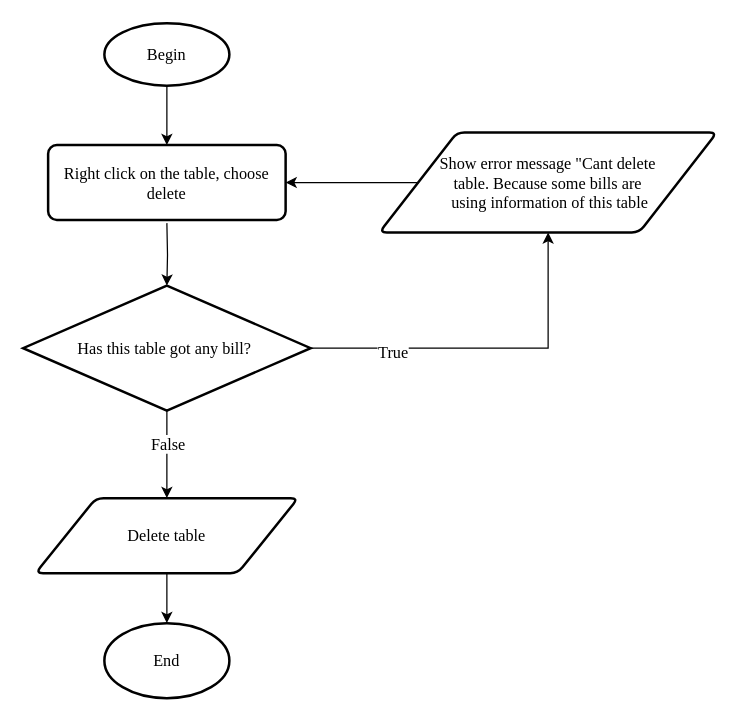
daomtthuan/do-an keeps this draw.io diagram as page "Delete Table" (1 of 5) of document/diagram/flowchart.drawio. Above is the earlier version. Source tidied: cells renumbered, new cells numbered last; positions are measured from the earlier drawing's top-left corner, leaving out a move shared by most shapes. Both pictures are drawn from the tidied source at 125%, with x=0, y=0 at pixel (22, 22).
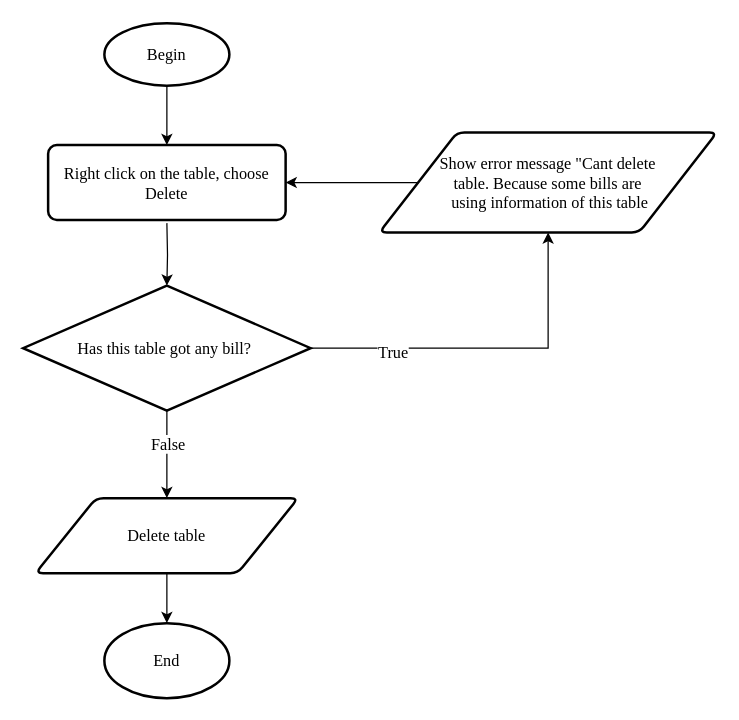
The same page after the edit.

The edit, as a diff of the source:
```diff
@@
 <mxGraphModel>
   <root>
     <mxCell id="0" />
     <mxCell id="1" parent="0" />
     <mxCell id="2" style="edgeStyle=orthogonalEdgeStyle;rounded=0;jettySize=auto;html=1;exitX=0.5;exitY=1;exitDx=0;exitDy=0;exitPerimeter=0;fontFamily=Times New Roman;fontSize=13;entryX=0.5;entryY=0;entryDx=0;entryDy=0;" parent="1" edge="1" source="3" target="15">
       <mxGeometry relative="1" as="geometry" />
     </mxCell>
     <mxCell id="3" value="&lt;font face=&quot;Times New Roman&quot; style=&quot;font-size: 13px&quot;&gt;Begin&lt;/font&gt;" style="strokeWidth=2;html=1;shape=mxgraph.flowchart.start_1;whiteSpace=wrap;" parent="1" vertex="1">
       <mxGeometry x="65" width="100" height="50" as="geometry" />
     </mxCell>
     <mxCell id="4" style="edgeStyle=orthogonalEdgeStyle;rounded=0;jettySize=auto;html=1;exitX=0.5;exitY=1;exitDx=0;exitDy=0;entryX=0.5;entryY=0;entryDx=0;entryDy=0;entryPerimeter=0;fontFamily=Times New Roman;fontSize=13;" parent="1" edge="1" target="9">
       <mxGeometry relative="1" as="geometry">
         <mxPoint x="115" y="160" as="sourcePoint" />
       </mxGeometry>
     </mxCell>
     <mxCell id="5" style="edgeStyle=orthogonalEdgeStyle;rounded=0;jettySize=auto;html=1;exitX=1;exitY=0.5;exitDx=0;exitDy=0;exitPerimeter=0;entryX=0.5;entryY=1;entryDx=0;entryDy=0;fontFamily=Times New Roman;fontSize=13;" parent="1" edge="1" source="9" target="14">
       <mxGeometry relative="1" as="geometry" />
     </mxCell>
     <mxCell id="6" value="True" style="text;html=1;align=center;verticalAlign=middle;labelBackgroundColor=#ffffff;fontSize=13;fontFamily=Times New Roman;" parent="5" vertex="1">
       <mxGeometry x="-0.54" y="-2" relative="1" as="geometry" />
     </mxCell>
     <mxCell id="7" style="edgeStyle=orthogonalEdgeStyle;rounded=0;jettySize=auto;html=1;exitX=0.5;exitY=1;exitDx=0;exitDy=0;exitPerimeter=0;entryX=0.5;entryY=0;entryDx=0;entryDy=0;fontFamily=Times New Roman;fontSize=13;" parent="1" edge="1" source="9" target="11">
       <mxGeometry relative="1" as="geometry" />
     </mxCell>
     <mxCell id="8" value="False" style="text;html=1;align=center;verticalAlign=middle;labelBackgroundColor=#ffffff;fontSize=13;fontFamily=Times New Roman;" parent="7" vertex="1">
       <mxGeometry x="0.25" y="-1" relative="1" as="geometry">
         <mxPoint x="1" y="-18" as="offset" />
       </mxGeometry>
     </mxCell>
     <mxCell id="9" value="Has this table got any bill?&amp;nbsp;" style="strokeWidth=2;html=1;shape=mxgraph.flowchart.decision;whiteSpace=wrap;fontFamily=Times New Roman;fontSize=13;" parent="1" vertex="1">
       <mxGeometry y="210" width="230" height="100" as="geometry" />
     </mxCell>
     <mxCell id="10" style="edgeStyle=orthogonalEdgeStyle;rounded=0;jettySize=auto;html=1;exitX=0.5;exitY=1;exitDx=0;exitDy=0;entryX=0.5;entryY=0;entryDx=0;entryDy=0;entryPerimeter=0;fontFamily=Times New Roman;fontSize=13;" parent="1" edge="1" source="11" target="12">
       <mxGeometry relative="1" as="geometry" />
     </mxCell>
     <mxCell id="11" value="Delete table" style="shape=parallelogram;html=1;strokeWidth=2;perimeter=parallelogramPerimeter;whiteSpace=wrap;rounded=1;arcSize=12;size=0.23;fontFamily=Times New Roman;fontSize=13;" parent="1" vertex="1">
       <mxGeometry x="10" y="380" width="210" height="60" as="geometry" />
     </mxCell>
     <mxCell id="12" value="End" style="strokeWidth=2;html=1;shape=mxgraph.flowchart.start_1;whiteSpace=wrap;fontFamily=Times New Roman;fontSize=13;" parent="1" vertex="1">
       <mxGeometry x="65" y="480" width="100" height="60" as="geometry" />
     </mxCell>
     <mxCell id="13" style="edgeStyle=orthogonalEdgeStyle;rounded=0;jettySize=auto;html=1;entryX=1;entryY=0.5;entryDx=0;entryDy=0;fontFamily=Times New Roman;fontSize=13;" parent="1" edge="1" source="14" target="15">
       <mxGeometry relative="1" as="geometry" />
     </mxCell>
     <mxCell id="14" value="Show error message &quot;Cant delete &lt;br&gt;table. Because some bills are&lt;br&gt;&amp;nbsp;using information of this table" style="shape=parallelogram;html=1;strokeWidth=2;perimeter=parallelogramPerimeter;whiteSpace=wrap;rounded=1;arcSize=12;size=0.23;fontFamily=Times New Roman;fontSize=13;" parent="1" vertex="1">
       <mxGeometry x="285" y="87.5" width="270" height="80" as="geometry" />
     </mxCell>
-    <mxCell id="15" value="Right click on the table, choose delete" style="rounded=1;whiteSpace=wrap;html=1;absoluteArcSize=1;arcSize=14;strokeWidth=2;fontFamily=Times New Roman;fontSize=13;" parent="1" vertex="1">
+    <mxCell id="15" value="Right click on the table, choose Delete" style="rounded=1;whiteSpace=wrap;html=1;absoluteArcSize=1;arcSize=14;strokeWidth=2;fontFamily=Times New Roman;fontSize=13;" parent="1" vertex="1">
       <mxGeometry x="20" y="97.5" width="190" height="60" as="geometry" />
     </mxCell>
   </root>
 </mxGraphModel>
```
